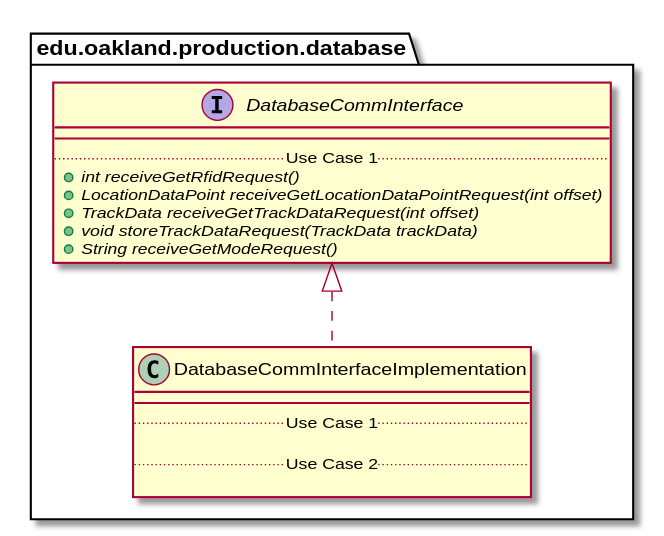
Before: docs/uml-class-diagrams/database/production/DatabaseCommInterfaceImplementation/DatabaseCommInterfaceImplementation_Closure.svg, a diagram exported from PlantUML (andrewdimmer/csi-3370-software-project). Source of this version:
```plantuml
@startuml DatabaseCommInterfaceImplementation_Closure


package edu.oakland.production.database {
    class DatabaseCommInterfaceImplementation {
        __
        .. Use Case 1 ..

        .. Use Case 2 ..

    }
}




package edu.oakland.production.database {
    interface DatabaseCommInterface {
        __
        .. Use Case 1 ..
        {abstract} + int receiveGetRfidRequest()
        {abstract} + LocationDataPoint receiveGetLocationDataPointRequest(int offset)
        {abstract} + TrackData receiveGetTrackDataRequest(int offset)
        {abstract} + void storeTrackDataRequest(TrackData trackData)
        {abstract} + String receiveGetModeRequest()
    }
}






DatabaseCommInterfaceImplementation .up.|> DatabaseCommInterface





@enduml
```
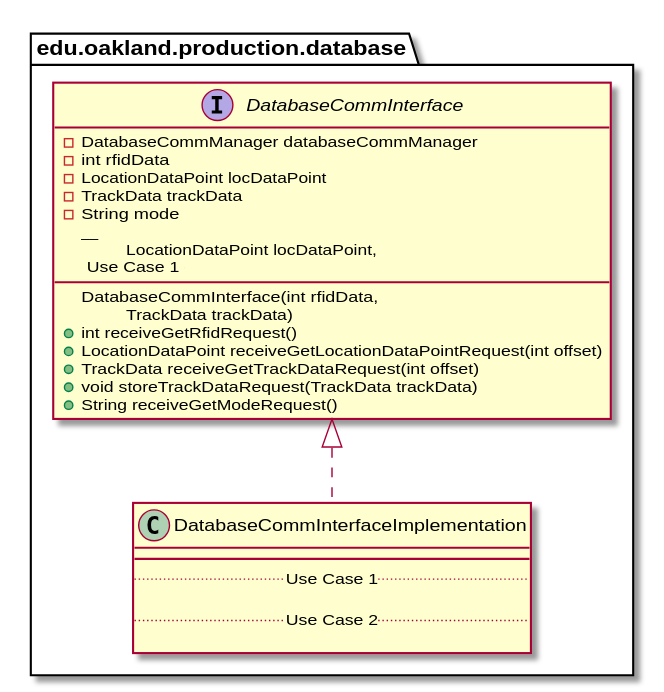
The same diagram one commit later.

Diff of the diagram source:
```diff
@@ -16,13 +16,22 @@
 
 package edu.oakland.production.database {
     interface DatabaseCommInterface {
+    	- DatabaseCommManager databaseCommManager
+    	- int rfidData
+    	- LocationDataPoint locDataPoint
+    	- TrackData trackData
+    	- String mode
         __
+        DatabaseCommInterface(int rfidData,
+        \tLocationDataPoint locDataPoint,
+        \tTrackData trackData)
         .. Use Case 1 ..
-        {abstract} + int receiveGetRfidRequest()
-        {abstract} + LocationDataPoint receiveGetLocationDataPointRequest(int offset)
-        {abstract} + TrackData receiveGetTrackDataRequest(int offset)
-        {abstract} + void storeTrackDataRequest(TrackData trackData)
-        {abstract} + String receiveGetModeRequest()
+        + int receiveGetRfidRequest()
+        + LocationDataPoint receiveGetLocationDataPointRequest(int offset)
+        + TrackData receiveGetTrackDataRequest(int offset)
+        + void storeTrackDataRequest(TrackData trackData)
+        + String receiveGetModeRequest()
+
     }
 }
 
```
